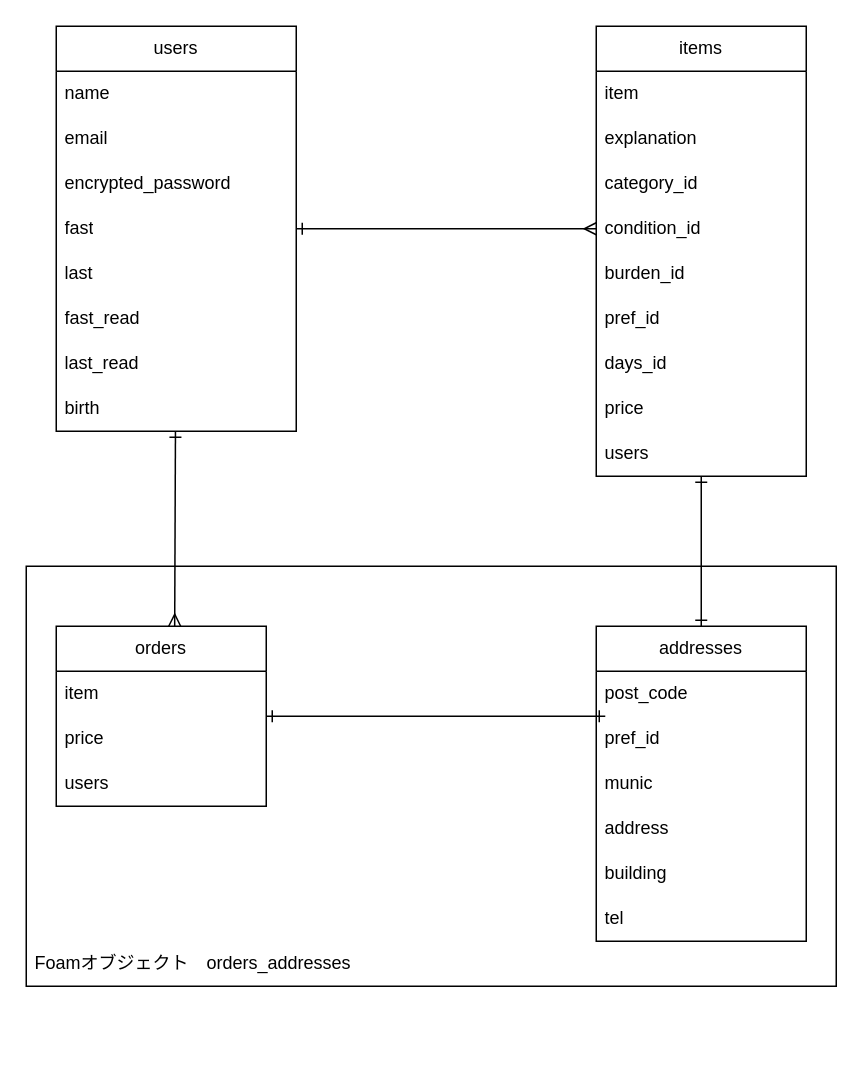
Earlier version of the draw.io diagram DB.dio (saya4444/furima-39954). Source tidied: cells renumbered, new cells numbered last; positions are measured from the earlier drawing's top-left corner, leaving out a move shared by most shapes. Both pictures are drawn from the tidied source at 150%, with x=0, y=0 at pixel (26, 26).
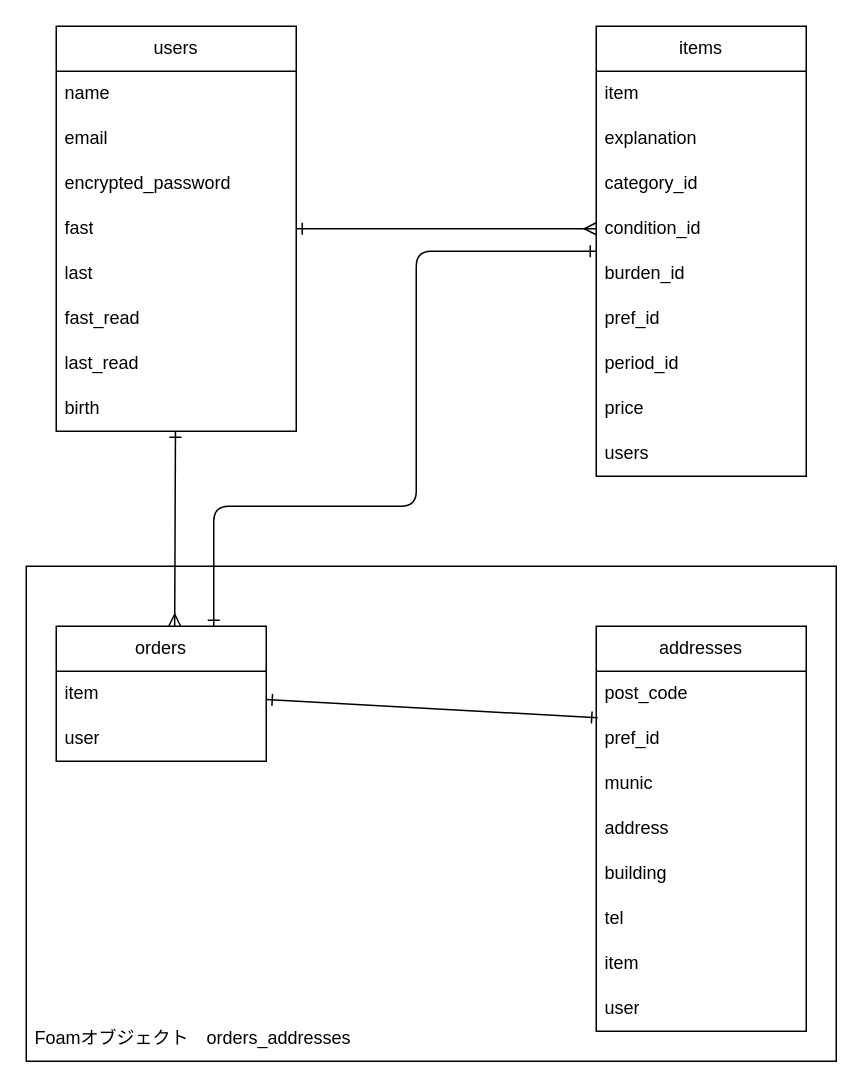
The same page after the edit.

Unchanged cells that the change refers to:
```xml
<mxCell id="15" value="items" style="swimlane;fontStyle=0;horizontal=1;startSize=30;whiteSpace=wrap;html=1;" parent="1" vertex="1">
  <mxGeometry x="380" width="140" height="300" as="geometry" />
</mxCell>
<mxCell id="31" value="post_code" style="text;strokeColor=none;fillColor=none;align=left;verticalAlign=middle;spacingLeft=4;spacingRight=4;overflow=hidden;points=[[0,0.5],[1,0.5]];portConstraint=eastwest;whiteSpace=wrap;html=1;" parent="30" vertex="1">
  <mxGeometry y="30" width="140" height="30" as="geometry" />
</mxCell>
<mxCell id="32" value="pref_id" style="text;strokeColor=none;fillColor=none;align=left;verticalAlign=middle;spacingLeft=4;spacingRight=4;overflow=hidden;points=[[0,0.5],[1,0.5]];portConstraint=eastwest;whiteSpace=wrap;html=1;" parent="30" vertex="1">
  <mxGeometry y="60" width="140" height="30" as="geometry" />
</mxCell>
```

Diff of the diagram source:
```diff
@@
     <mxCell id="2" style="whiteSpace=wrap;html=1;" parent="1" vertex="1">
-      <mxGeometry y="360" width="540" height="280" as="geometry" />
+      <mxGeometry y="360" width="540" height="330" as="geometry" />
     </mxCell>
@@
-    <mxCell id="14" style="edgeStyle=none;html=1;startArrow=ERone;startFill=0;endArrow=ERone;endFill=0;" parent="1" edge="1" source="15" target="30">
-      <mxGeometry relative="1" as="geometry" />
+    <mxCell id="14" style="edgeStyle=orthogonalEdgeStyle;html=1;startArrow=ERone;startFill=0;endArrow=ERone;endFill=0;entryX=0.75;entryY=0;entryDx=0;entryDy=0;" parent="1" edge="1" source="15" target="26">
+      <mxGeometry relative="1" as="geometry">
+        <Array as="points">
+          <mxPoint x="260" y="150" />
+          <mxPoint x="260" y="320" />
+          <mxPoint x="125" y="320" />
+        </Array>
+      </mxGeometry>
     </mxCell>
@@
-    <mxCell id="22" value="days_id" style="text;strokeColor=none;fillColor=none;align=left;verticalAlign=middle;spacingLeft=4;spacingRight=4;overflow=hidden;whiteSpace=wrap;html=1;" parent="15" vertex="1">
+    <mxCell id="22" value="period_id" style="text;strokeColor=none;fillColor=none;align=left;verticalAlign=middle;spacingLeft=4;spacingRight=4;overflow=hidden;whiteSpace=wrap;html=1;" parent="15" vertex="1">
       <mxGeometry y="210" width="140" height="30" as="geometry" />
     </mxCell>
@@
-    <mxCell id="25" style="edgeStyle=none;html=1;entryX=0.043;entryY=1;entryDx=0;entryDy=0;entryPerimeter=0;startArrow=ERone;startFill=0;endArrow=ERone;endFill=0;" parent="1" edge="1" source="26" target="31">
+    <mxCell id="25" style="edgeStyle=none;html=1;entryX=0.007;entryY=0.033;entryDx=0;entryDy=0;entryPerimeter=0;startArrow=ERone;startFill=0;endArrow=ERone;endFill=0;" parent="1" edge="1" source="26" target="32">
       <mxGeometry relative="1" as="geometry" />
     </mxCell>
     <mxCell id="26" value="orders" style="swimlane;fontStyle=0;horizontal=1;startSize=30;whiteSpace=wrap;html=1;" parent="1" vertex="1">
-      <mxGeometry x="20" y="400" width="140" height="120" as="geometry" />
+      <mxGeometry x="20" y="400" width="140" height="90" as="geometry" />
     </mxCell>
@@
-    <mxCell id="28" value="price" style="text;strokeColor=none;fillColor=none;align=left;verticalAlign=middle;spacingLeft=4;spacingRight=4;overflow=hidden;whiteSpace=wrap;html=1;" parent="26" vertex="1">
-      <mxGeometry y="60" width="140" height="30" as="geometry" />
-    </mxCell>
-    <mxCell id="29" value="users" style="text;strokeColor=none;fillColor=none;align=left;verticalAlign=middle;spacingLeft=4;spacingRight=4;overflow=hidden;whiteSpace=wrap;html=1;" parent="26" vertex="1">
-      <mxGeometry y="90" width="140" height="30" as="geometry" />
+    <mxCell id="29" value="user" style="text;strokeColor=none;fillColor=none;align=left;verticalAlign=middle;spacingLeft=4;spacingRight=4;overflow=hidden;whiteSpace=wrap;html=1;" parent="26" vertex="1">
+      <mxGeometry y="60" width="140" height="30" as="geometry" />
     </mxCell>
     <mxCell id="30" value="addresses" style="swimlane;fontStyle=0;horizontal=1;startSize=30;whiteSpace=wrap;html=1;" parent="1" vertex="1">
-      <mxGeometry x="380" y="400" width="140" height="210" as="geometry" />
+      <mxGeometry x="380" y="400" width="140" height="270" as="geometry" />
     </mxCell>
@@
+    <mxCell id="38" value="item" style="text;strokeColor=none;fillColor=none;align=left;verticalAlign=middle;spacingLeft=4;spacingRight=4;overflow=hidden;whiteSpace=wrap;html=1;" parent="30" vertex="1">
+      <mxGeometry y="210" width="140" height="30" as="geometry" />
+    </mxCell>
+    <mxCell id="39" value="user" style="text;strokeColor=none;fillColor=none;align=left;verticalAlign=middle;spacingLeft=4;spacingRight=4;overflow=hidden;whiteSpace=wrap;html=1;" parent="30" vertex="1">
+      <mxGeometry y="240" width="140" height="30" as="geometry" />
+    </mxCell>
     <mxCell id="37" value="Foamオブジェクト　orders_addresses" style="text;strokeColor=none;fillColor=none;align=left;verticalAlign=middle;spacingLeft=4;spacingRight=4;overflow=hidden;whiteSpace=wrap;html=1;" parent="1" vertex="1">
-      <mxGeometry y="610" width="280" height="30" as="geometry" />
+      <mxGeometry y="660" width="280" height="30" as="geometry" />
     </mxCell>
```
